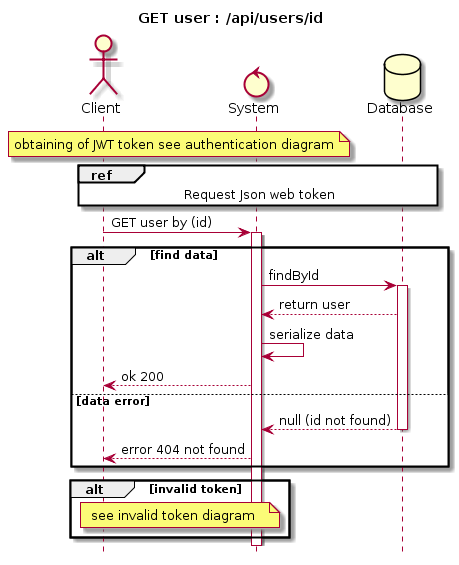
Earlier version of the PlantUML export docs/Uml/Diagram_sequences/Diagram_sequence_GET_user.png (siggwer/Bilemo). Source of this version:
```plantuml
@startuml
hide footbox
title GET user : /api/users/id
Actor Client
Control System
Database Database

note over Client, System
 obtaining of JWT token see authentication diagram
end note

ref over Client, System, Database
    Request Json web token
end ref


Client -> System : GET user by (id)
activate System

alt find data
System -> Database: findById
activate Database
Database --> System : return user
System -> System: serialize data
System --> Client: ok 200
    else data error
    Database --> System : null (id not found)
    deactivate Database
    System --> Client : error 404 not found
end
alt invalid token
note over Client, System
    see invalid token diagram
end note
end
@enduml
```
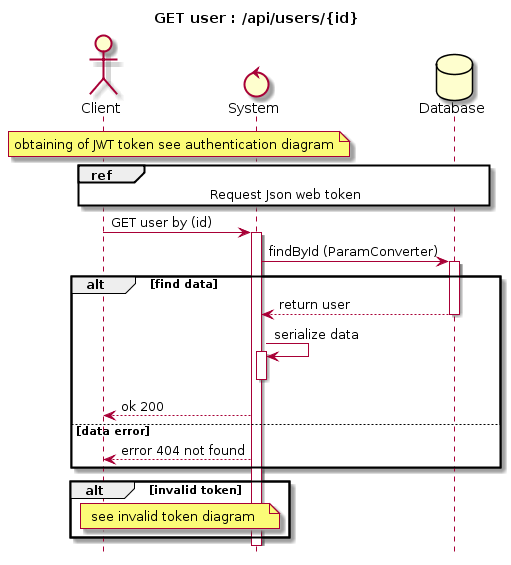
After the change.

Diff of the diagram source:
```diff
@@ -1,6 +1,6 @@
 @startuml
 hide footbox
-title GET user : /api/users/id
+title GET user : /api/users/{id}
 Actor Client
 Control System
 Database Database
@@ -17,15 +17,17 @@
 Client -> System : GET user by (id)
 activate System
 
+System -> Database: findById (ParamConverter)
+
 alt find data
-System -> Database: findById
 activate Database
 Database --> System : return user
+deactivate Database
 System -> System: serialize data
+activate System
+deactivate System
 System --> Client: ok 200
     else data error
-    Database --> System : null (id not found)
-    deactivate Database
     System --> Client : error 404 not found
 end
 alt invalid token
```
